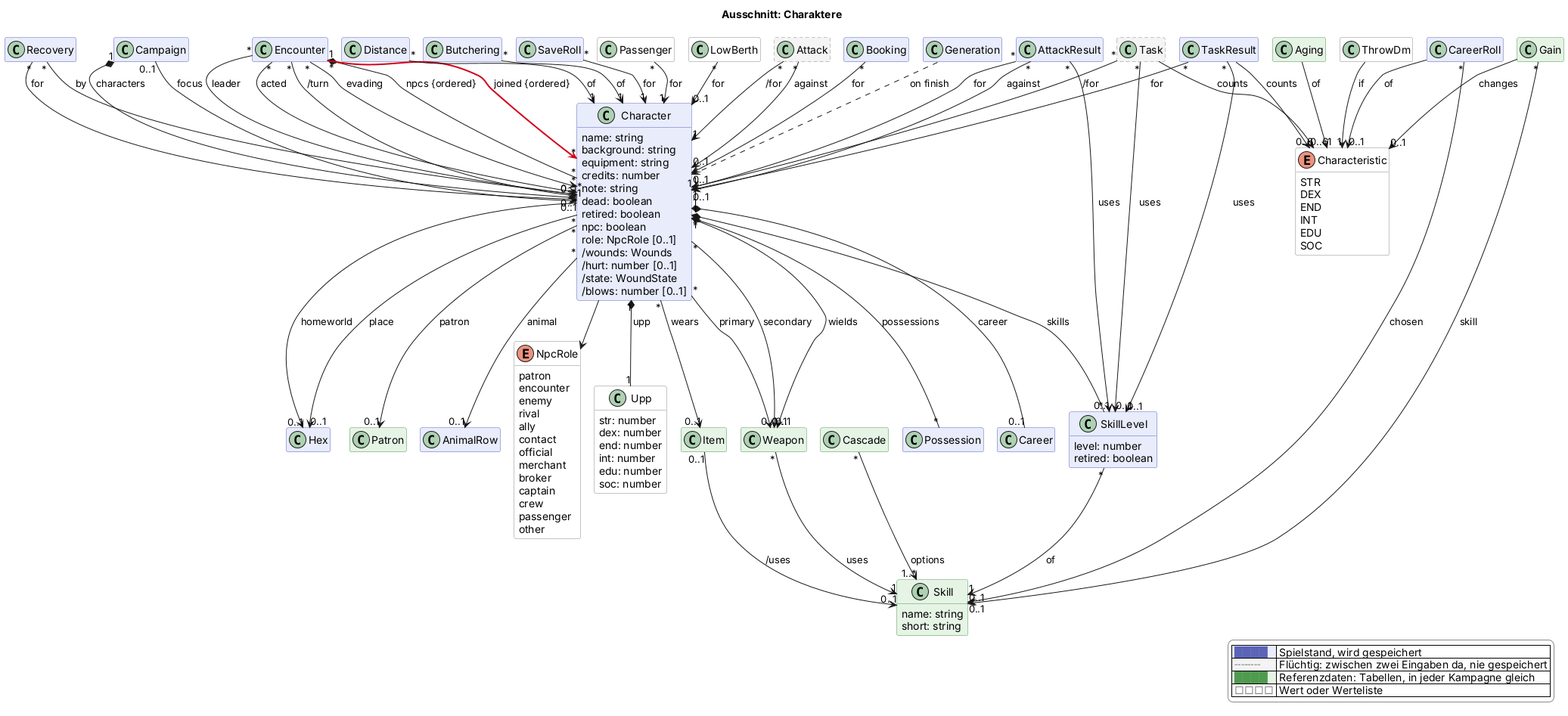
Before: docs/views/charakter.png, a diagram exported from PlantUML (scuzzar/SRE).
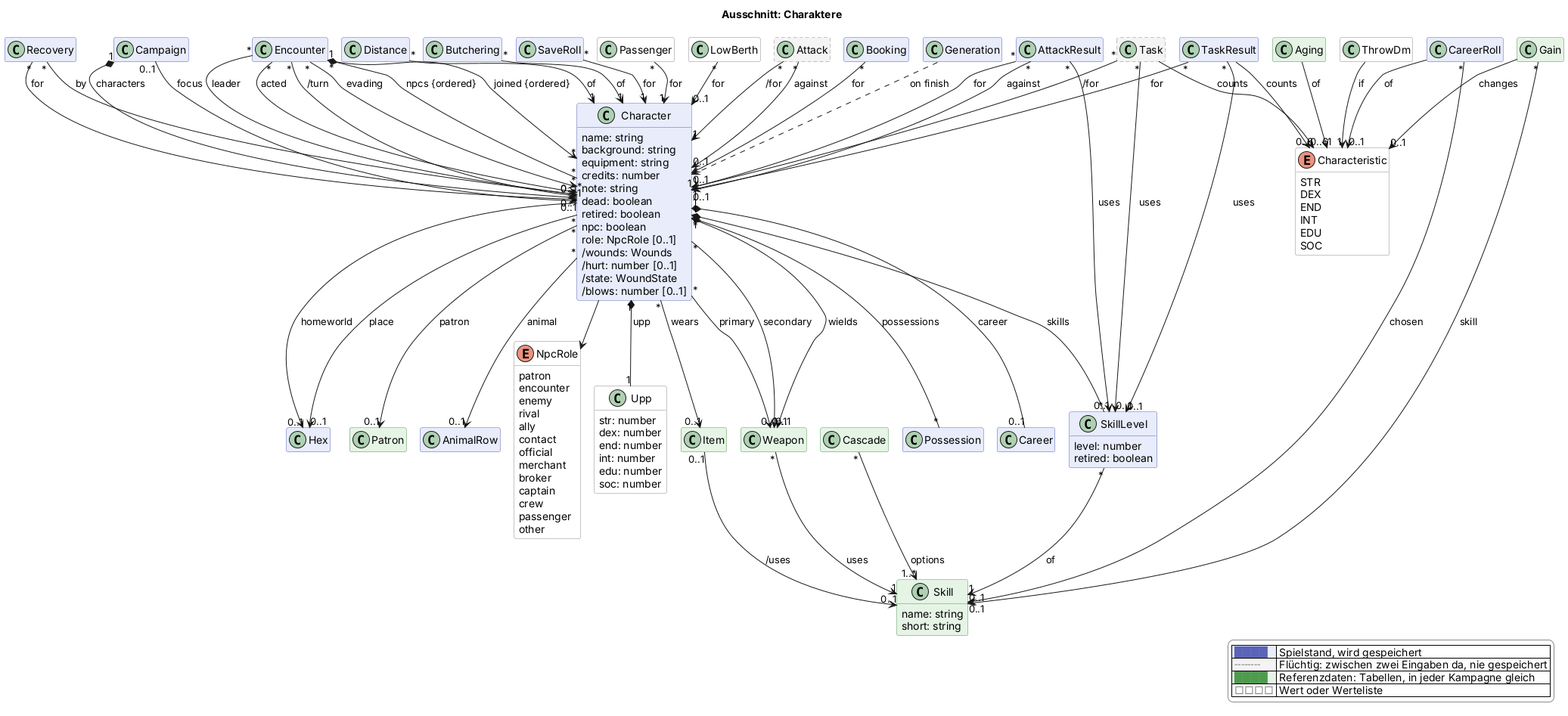
After the commit.

Diff of the diagram source:
```diff
@@ -207,7 +207,7 @@
 SaveRoll "*" --> "1" Character : for
 Character "*" --> "0..1" AnimalRow : animal
 Encounter "1" *-- "*" Character : npcs {ordered}
-Encounter "*" -$newArrow("2026-11-14g")-> "*" Character : joined {ordered}
+Encounter "*" --> "*" Character : joined {ordered}
 Encounter "*" --> "0..1" Character : leader
 Encounter "*" --> "*" Character : acted
 Encounter "*" --> "0..1" Character : /turn
```
